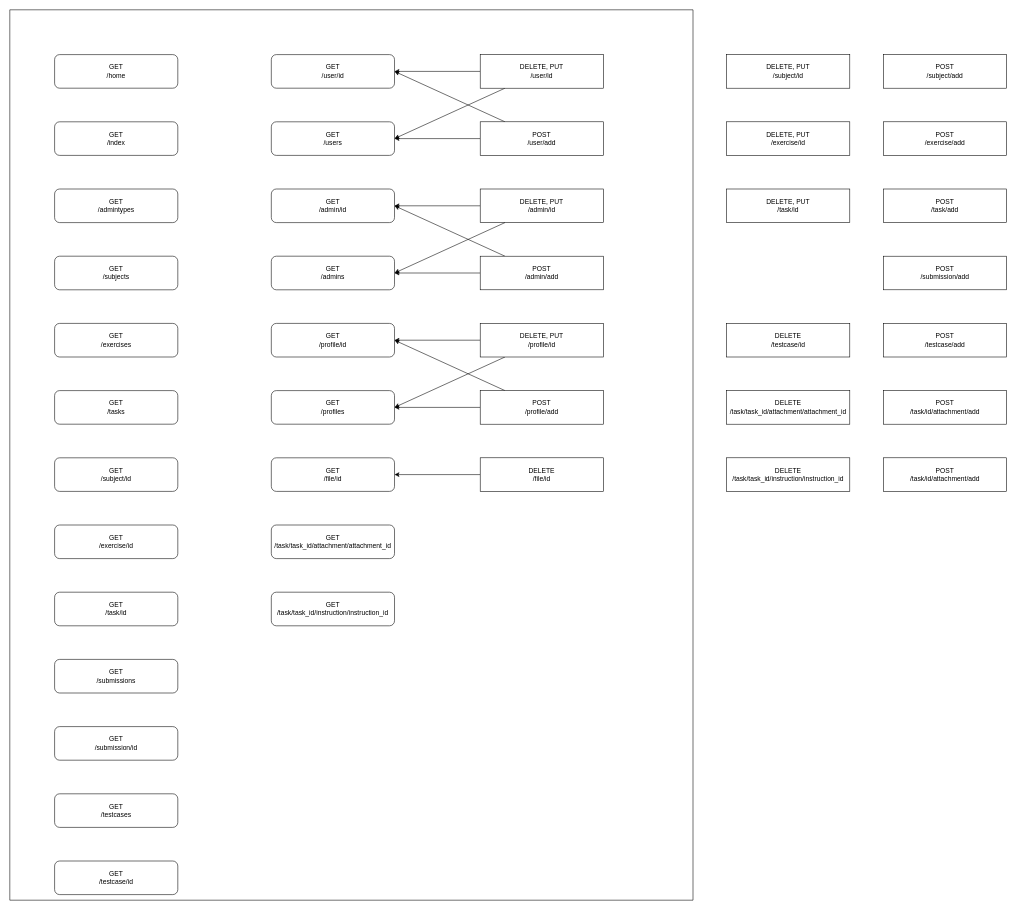
The draw.io diagram doc/backend/CachedRoutes.drawio in ooemperor/CodeGrader, before the edit. Source tidied: cells renumbered, new cells numbered last; positions are measured from the earlier drawing's top-left corner, leaving out a move shared by most shapes. Both pictures are drawn from the tidied source at 56%, with x=0, y=0 at pixel (10, 10).
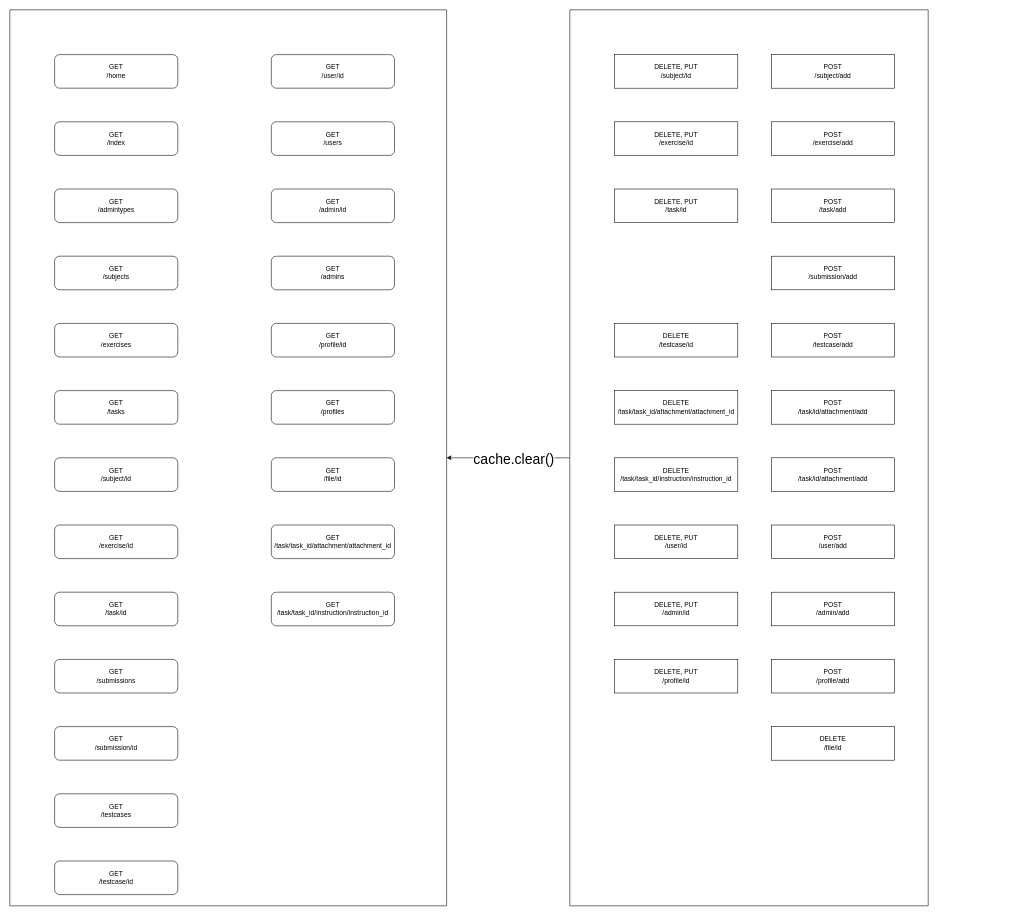
After the change.

Commit message (it also covers changes not shown here):
fixing bug in caching in api

Unchanged cells that the change refers to:
```xml
<mxCell id="5" value="GET&lt;br&gt;/file/id" style="rounded=1;whiteSpace=wrap;html=1;" parent="2" vertex="1">
  <mxGeometry x="467" y="800" width="220" height="60" as="geometry" />
</mxCell>
<mxCell id="8" value="GET&lt;br&gt;/admin/id" style="rounded=1;whiteSpace=wrap;html=1;" parent="2" vertex="1">
  <mxGeometry x="467" y="320" width="220" height="60" as="geometry" />
</mxCell>
<mxCell id="11" value="GET&lt;br&gt;/admins" style="rounded=1;whiteSpace=wrap;html=1;" parent="2" vertex="1">
  <mxGeometry x="467" y="440" width="220" height="60" as="geometry" />
</mxCell>
<mxCell id="13" value="GET&lt;br&gt;/users" style="rounded=1;whiteSpace=wrap;html=1;" parent="2" vertex="1">
  <mxGeometry x="467" y="200" width="220" height="60" as="geometry" />
</mxCell>
<mxCell id="14" value="GET&lt;br&gt;/user/id" style="rounded=1;whiteSpace=wrap;html=1;" parent="2" vertex="1">
  <mxGeometry x="467" y="80" width="220" height="60" as="geometry" />
</mxCell>
<mxCell id="20" value="GET&lt;br&gt;/profile/id" style="rounded=1;whiteSpace=wrap;html=1;" parent="2" vertex="1">
  <mxGeometry x="467" y="560" width="220" height="60" as="geometry" />
</mxCell>
<mxCell id="21" value="GET&lt;br&gt;/profiles" style="rounded=1;whiteSpace=wrap;html=1;" parent="2" vertex="1">
  <mxGeometry x="467" y="680" width="220" height="60" as="geometry" />
</mxCell>
```

The edit, as a diff of the source:
```diff
@@
     <mxCell id="2" style="swimlane;startSize=0;rounded=0;fillColor=default;" parent="1" vertex="1">
-      <mxGeometry width="1220" height="1590" as="geometry" />
+      <mxGeometry width="780" height="1600" as="geometry" />
     </mxCell>
@@
-    <mxCell id="6" style="edgeStyle=orthogonalEdgeStyle;rounded=0;jettySize=auto;html=1;entryX=1;entryY=0.5;entryDx=0;entryDy=0;" parent="2" edge="1" source="7" target="5">
-      <mxGeometry relative="1" as="geometry" />
-    </mxCell>
-    <mxCell id="7" value="DELETE&lt;br&gt;/file/id" style="rounded=0;whiteSpace=wrap;html=1;" parent="2" vertex="1">
-      <mxGeometry x="840" y="800" width="220" height="60" as="geometry" />
-    </mxCell>
@@
-    <mxCell id="9" style="rounded=0;jettySize=auto;html=1;entryX=1;entryY=0.5;entryDx=0;entryDy=0;" parent="2" edge="1" source="10" target="8">
-      <mxGeometry relative="1" as="geometry" />
-    </mxCell>
-    <mxCell id="10" value="DELETE, PUT&lt;br&gt;/admin/id" style="rounded=0;whiteSpace=wrap;html=1;" parent="2" vertex="1">
-      <mxGeometry x="840" y="320" width="220" height="60" as="geometry" />
-    </mxCell>
@@
-    <mxCell id="12" style="rounded=0;jettySize=auto;html=1;entryX=1;entryY=0.5;entryDx=0;entryDy=0;" parent="2" edge="1" source="10" target="11">
-      <mxGeometry relative="1" as="geometry" />
-    </mxCell>
@@
-    <mxCell id="15" style="rounded=0;jettySize=auto;html=1;entryX=1;entryY=0.5;entryDx=0;entryDy=0;" parent="2" edge="1" source="17" target="13">
-      <mxGeometry relative="1" as="geometry" />
-    </mxCell>
-    <mxCell id="16" style="rounded=0;jettySize=auto;html=1;entryX=1;entryY=0.5;entryDx=0;entryDy=0;" parent="2" edge="1" source="17" target="14">
-      <mxGeometry relative="1" as="geometry" />
-    </mxCell>
-    <mxCell id="17" value="DELETE, PUT&lt;br&gt;/user/id" style="rounded=0;whiteSpace=wrap;html=1;" parent="2" vertex="1">
-      <mxGeometry x="840" y="80" width="220" height="60" as="geometry" />
-    </mxCell>
@@
-    <mxCell id="22" style="rounded=0;jettySize=auto;html=1;entryX=1;entryY=0.5;entryDx=0;entryDy=0;" parent="2" edge="1" source="24" target="13">
-      <mxGeometry relative="1" as="geometry" />
-    </mxCell>
-    <mxCell id="23" style="jettySize=auto;html=1;entryX=1;entryY=0.5;entryDx=0;entryDy=0;rounded=0;" parent="2" edge="1" source="24" target="14">
-      <mxGeometry relative="1" as="geometry" />
-    </mxCell>
-    <mxCell id="24" value="POST&lt;br&gt;/user/add" style="rounded=0;whiteSpace=wrap;html=1;" parent="2" vertex="1">
-      <mxGeometry x="840" y="200" width="220" height="60" as="geometry" />
-    </mxCell>
-    <mxCell id="25" style="edgeStyle=none;rounded=0;jettySize=auto;html=1;entryX=1;entryY=0.5;entryDx=0;entryDy=0;" parent="2" edge="1" source="27" target="11">
-      <mxGeometry relative="1" as="geometry" />
-    </mxCell>
-    <mxCell id="26" style="edgeStyle=none;rounded=0;jettySize=auto;html=1;entryX=1;entryY=0.5;entryDx=0;entryDy=0;" parent="2" edge="1" source="27" target="8">
-      <mxGeometry relative="1" as="geometry" />
-    </mxCell>
-    <mxCell id="27" value="POST&lt;br&gt;/admin/add" style="rounded=0;whiteSpace=wrap;html=1;" parent="2" vertex="1">
-      <mxGeometry x="840" y="440" width="220" height="60" as="geometry" />
-    </mxCell>
-    <mxCell id="28" style="edgeStyle=none;rounded=0;jettySize=auto;html=1;" parent="2" edge="1" source="30" target="21">
-      <mxGeometry relative="1" as="geometry" />
-    </mxCell>
-    <mxCell id="29" style="edgeStyle=none;rounded=0;jettySize=auto;html=1;entryX=1;entryY=0.5;entryDx=0;entryDy=0;" parent="2" edge="1" source="30" target="20">
-      <mxGeometry relative="1" as="geometry" />
-    </mxCell>
-    <mxCell id="30" value="POST&lt;br&gt;/profile/add" style="rounded=0;whiteSpace=wrap;html=1;" parent="2" vertex="1">
-      <mxGeometry x="840" y="680" width="220" height="60" as="geometry" />
-    </mxCell>
-    <mxCell id="31" style="edgeStyle=none;rounded=0;jettySize=auto;html=1;entryX=1;entryY=0.5;entryDx=0;entryDy=0;" parent="2" edge="1" source="33" target="21">
-      <mxGeometry relative="1" as="geometry" />
-    </mxCell>
-    <mxCell id="32" style="edgeStyle=none;rounded=0;jettySize=auto;html=1;entryX=1;entryY=0.5;entryDx=0;entryDy=0;" parent="2" edge="1" source="33" target="20">
-      <mxGeometry relative="1" as="geometry" />
-    </mxCell>
-    <mxCell id="33" value="DELETE, PUT&lt;br&gt;/profile/id" style="rounded=0;whiteSpace=wrap;html=1;" parent="2" vertex="1">
-      <mxGeometry x="840" y="560" width="220" height="60" as="geometry" />
-    </mxCell>
@@
+    <mxCell id="58" style="edgeStyle=orthogonalEdgeStyle;rounded=0;jettySize=auto;html=1;entryX=1;entryY=0.5;entryDx=0;entryDy=0;" parent="1" edge="1" source="60" target="2">
+      <mxGeometry relative="1" as="geometry" />
+    </mxCell>
+    <mxCell id="59" value="&lt;font style=&quot;font-size: 25px;&quot;&gt;cache.clear()&lt;/font&gt;" style="edgeLabel;html=1;align=center;verticalAlign=middle;" parent="58" vertex="1">
+      <mxGeometry x="0.16" y="-5" relative="1" as="geometry">
+        <mxPoint x="27" y="5" as="offset" />
+      </mxGeometry>
+    </mxCell>
+    <mxCell id="60" style="swimlane;startSize=0;" parent="1" vertex="1">
+      <mxGeometry x="1000" width="640" height="1600" as="geometry" />
+    </mxCell>
-    <mxCell id="45" value="DELETE, PUT&lt;br&gt;/subject/id" style="rounded=0;whiteSpace=wrap;html=1;" parent="1" vertex="1">
-      <mxGeometry x="1280" y="80" width="220" height="60" as="geometry" />
+    <mxCell id="45" value="DELETE, PUT&lt;br&gt;/subject/id" style="rounded=0;whiteSpace=wrap;html=1;" parent="60" vertex="1">
+      <mxGeometry x="80" y="80" width="220" height="60" as="geometry" />
     </mxCell>
-    <mxCell id="46" value="POST&lt;br&gt;/subject/add" style="rounded=0;whiteSpace=wrap;html=1;" parent="1" vertex="1">
-      <mxGeometry x="1560" y="80" width="220" height="60" as="geometry" />
+    <mxCell id="46" value="POST&lt;br&gt;/subject/add" style="rounded=0;whiteSpace=wrap;html=1;" parent="60" vertex="1">
+      <mxGeometry x="360" y="80" width="220" height="60" as="geometry" />
     </mxCell>
-    <mxCell id="47" value="DELETE, PUT&lt;br&gt;/exercise/id" style="rounded=0;whiteSpace=wrap;html=1;" parent="1" vertex="1">
-      <mxGeometry x="1280" y="200" width="220" height="60" as="geometry" />
+    <mxCell id="47" value="DELETE, PUT&lt;br&gt;/exercise/id" style="rounded=0;whiteSpace=wrap;html=1;" parent="60" vertex="1">
+      <mxGeometry x="80" y="200" width="220" height="60" as="geometry" />
     </mxCell>
-    <mxCell id="48" value="POST&lt;br&gt;/exercise/add" style="rounded=0;whiteSpace=wrap;html=1;" parent="1" vertex="1">
-      <mxGeometry x="1560" y="200" width="220" height="60" as="geometry" />
+    <mxCell id="48" value="POST&lt;br&gt;/exercise/add" style="rounded=0;whiteSpace=wrap;html=1;" parent="60" vertex="1">
+      <mxGeometry x="360" y="200" width="220" height="60" as="geometry" />
     </mxCell>
-    <mxCell id="49" value="DELETE, PUT&lt;br&gt;/task/id" style="rounded=0;whiteSpace=wrap;html=1;" parent="1" vertex="1">
-      <mxGeometry x="1280" y="320" width="220" height="60" as="geometry" />
+    <mxCell id="49" value="DELETE, PUT&lt;br&gt;/task/id" style="rounded=0;whiteSpace=wrap;html=1;" parent="60" vertex="1">
+      <mxGeometry x="80" y="320" width="220" height="60" as="geometry" />
     </mxCell>
-    <mxCell id="50" value="POST&lt;br&gt;/task/add" style="rounded=0;whiteSpace=wrap;html=1;" parent="1" vertex="1">
-      <mxGeometry x="1560" y="320" width="220" height="60" as="geometry" />
+    <mxCell id="50" value="POST&lt;br&gt;/task/add" style="rounded=0;whiteSpace=wrap;html=1;" parent="60" vertex="1">
+      <mxGeometry x="360" y="320" width="220" height="60" as="geometry" />
     </mxCell>
-    <mxCell id="51" value="POST&lt;br&gt;/submission/add" style="rounded=0;whiteSpace=wrap;html=1;" parent="1" vertex="1">
-      <mxGeometry x="1560" y="440" width="220" height="60" as="geometry" />
+    <mxCell id="51" value="POST&lt;br&gt;/submission/add" style="rounded=0;whiteSpace=wrap;html=1;" parent="60" vertex="1">
+      <mxGeometry x="360" y="440" width="220" height="60" as="geometry" />
     </mxCell>
-    <mxCell id="52" value="POST&lt;br&gt;/testcase/add" style="rounded=0;whiteSpace=wrap;html=1;" parent="1" vertex="1">
-      <mxGeometry x="1560" y="560" width="220" height="60" as="geometry" />
+    <mxCell id="52" value="POST&lt;br&gt;/testcase/add" style="rounded=0;whiteSpace=wrap;html=1;" parent="60" vertex="1">
+      <mxGeometry x="360" y="560" width="220" height="60" as="geometry" />
     </mxCell>
-    <mxCell id="53" value="DELETE&lt;br&gt;/testcase/id" style="rounded=0;whiteSpace=wrap;html=1;" parent="1" vertex="1">
-      <mxGeometry x="1280" y="560" width="220" height="60" as="geometry" />
+    <mxCell id="53" value="DELETE&lt;br&gt;/testcase/id" style="rounded=0;whiteSpace=wrap;html=1;" parent="60" vertex="1">
+      <mxGeometry x="80" y="560" width="220" height="60" as="geometry" />
     </mxCell>
-    <mxCell id="54" value="POST&lt;br&gt;/task/id/attachment/add" style="rounded=0;whiteSpace=wrap;html=1;" parent="1" vertex="1">
-      <mxGeometry x="1560" y="680" width="220" height="60" as="geometry" />
+    <mxCell id="54" value="POST&lt;br&gt;/task/id/attachment/add" style="rounded=0;whiteSpace=wrap;html=1;" parent="60" vertex="1">
+      <mxGeometry x="360" y="680" width="220" height="60" as="geometry" />
     </mxCell>
-    <mxCell id="55" value="POST&lt;br&gt;/task/id/attachment/add" style="rounded=0;whiteSpace=wrap;html=1;" parent="1" vertex="1">
-      <mxGeometry x="1560" y="800" width="220" height="60" as="geometry" />
+    <mxCell id="55" value="POST&lt;br&gt;/task/id/attachment/add" style="rounded=0;whiteSpace=wrap;html=1;" parent="60" vertex="1">
+      <mxGeometry x="360" y="800" width="220" height="60" as="geometry" />
     </mxCell>
-    <mxCell id="56" value="DELETE&lt;br&gt;/task/task_id/attachment/attachment_id" style="rounded=0;whiteSpace=wrap;html=1;" parent="1" vertex="1">
-      <mxGeometry x="1280" y="680" width="220" height="60" as="geometry" />
+    <mxCell id="56" value="DELETE&lt;br&gt;/task/task_id/attachment/attachment_id" style="rounded=0;whiteSpace=wrap;html=1;" parent="60" vertex="1">
+      <mxGeometry x="80" y="680" width="220" height="60" as="geometry" />
     </mxCell>
-    <mxCell id="57" value="DELETE&lt;br&gt;/task/task_id/instruction/instruction_id" style="rounded=0;whiteSpace=wrap;html=1;fillColor=default;" parent="1" vertex="1">
-      <mxGeometry x="1280" y="800" width="220" height="60" as="geometry" />
+    <mxCell id="57" value="DELETE&lt;br&gt;/task/task_id/instruction/instruction_id" style="rounded=0;whiteSpace=wrap;html=1;fillColor=default;" parent="60" vertex="1">
+      <mxGeometry x="80" y="800" width="220" height="60" as="geometry" />
     </mxCell>
+    <mxCell id="17" value="DELETE, PUT&lt;br&gt;/user/id" style="rounded=0;whiteSpace=wrap;html=1;" parent="60" vertex="1">
+      <mxGeometry x="80" y="920" width="220" height="60" as="geometry" />
+    </mxCell>
+    <mxCell id="24" value="POST&lt;br&gt;/user/add" style="rounded=0;whiteSpace=wrap;html=1;" parent="60" vertex="1">
+      <mxGeometry x="360" y="920" width="220" height="60" as="geometry" />
+    </mxCell>
+    <mxCell id="10" value="DELETE, PUT&lt;br&gt;/admin/id" style="rounded=0;whiteSpace=wrap;html=1;" parent="60" vertex="1">
+      <mxGeometry x="80" y="1040" width="220" height="60" as="geometry" />
+    </mxCell>
+    <mxCell id="27" value="POST&lt;br&gt;/admin/add" style="rounded=0;whiteSpace=wrap;html=1;" parent="60" vertex="1">
+      <mxGeometry x="360" y="1040" width="220" height="60" as="geometry" />
+    </mxCell>
+    <mxCell id="33" value="DELETE, PUT&lt;br&gt;/profile/id" style="rounded=0;whiteSpace=wrap;html=1;" parent="60" vertex="1">
+      <mxGeometry x="80" y="1160" width="220" height="60" as="geometry" />
+    </mxCell>
+    <mxCell id="30" value="POST&lt;br&gt;/profile/add" style="rounded=0;whiteSpace=wrap;html=1;" parent="60" vertex="1">
+      <mxGeometry x="360" y="1160" width="220" height="60" as="geometry" />
+    </mxCell>
+    <mxCell id="7" value="DELETE&lt;br&gt;/file/id" style="rounded=0;whiteSpace=wrap;html=1;" parent="60" vertex="1">
+      <mxGeometry x="360" y="1280" width="220" height="60" as="geometry" />
+    </mxCell>
```
